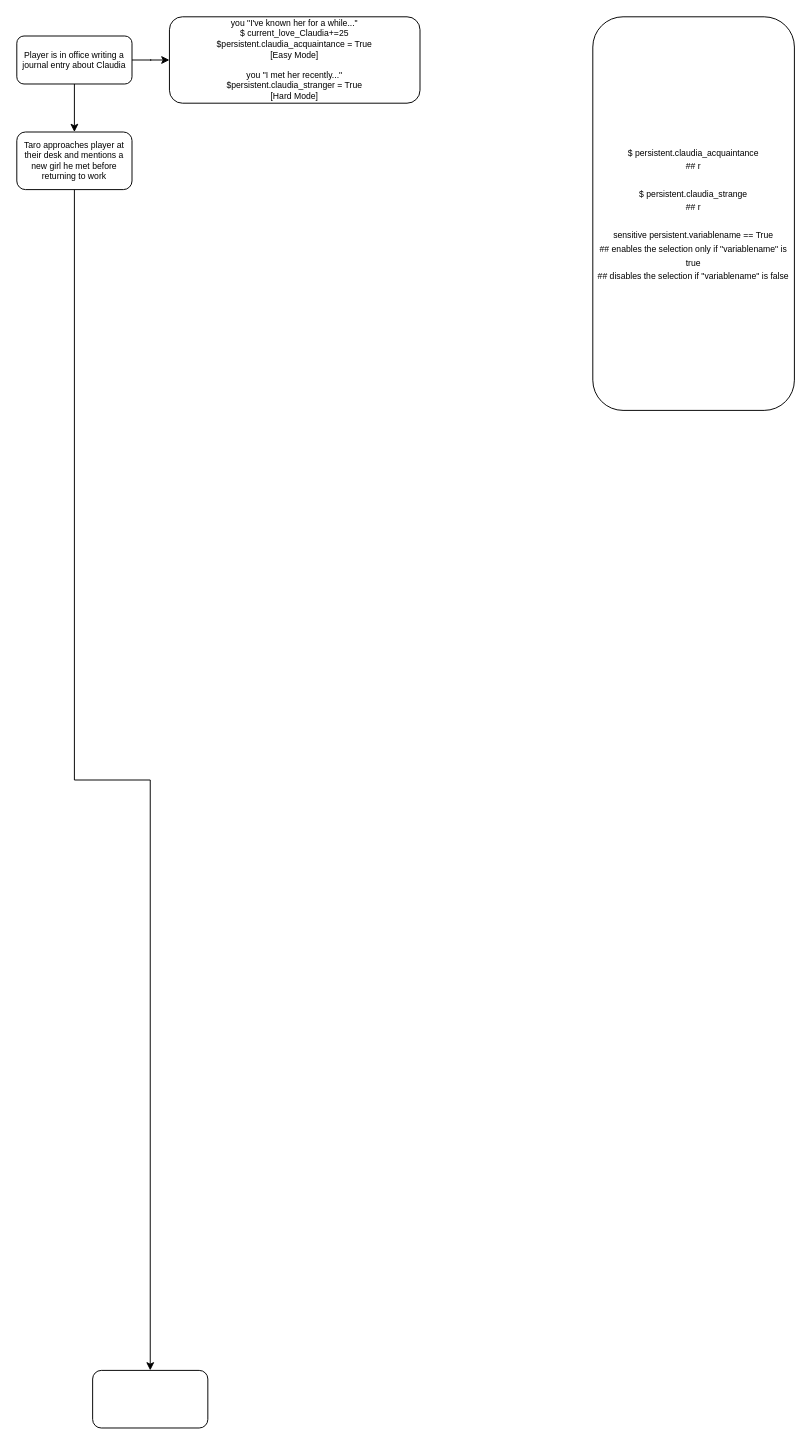
Above: - RenPy/flowchart_storyline.drawio in L0veRaven/L0veRavenRenPy (draw.io), before the change. Source tidied: cells renumbered, new cells numbered last; positions are measured from the earlier drawing's top-left corner, leaving out a move shared by most shapes. Both pictures are drawn from the tidied source at 96%, with x=0, y=0 at pixel (16, 16).
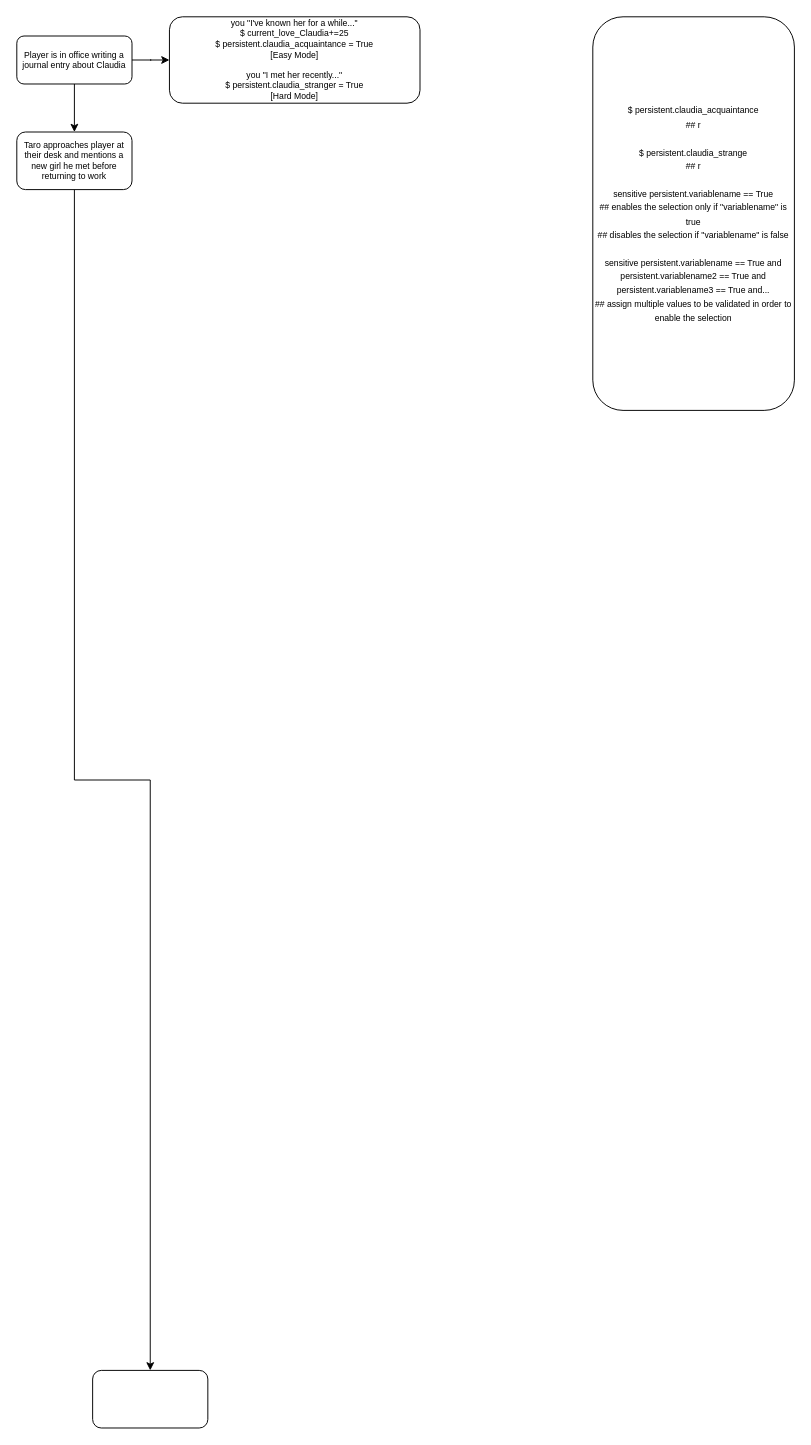
The same page after the edit.

The edit, as a diff of the source:
```diff
@@
 <mxGraphModel>
   <root>
     <mxCell id="0" />
     <mxCell id="1" parent="0" />
     <mxCell id="2" style="edgeStyle=orthogonalEdgeStyle;rounded=0;jettySize=auto;html=1;" parent="1" edge="1" source="3" target="8">
       <mxGeometry relative="1" as="geometry" />
     </mxCell>
     <mxCell id="3" value="&lt;div&gt;Player is in office writing a journal entry about Claudia&lt;/div&gt;" style="rounded=1;whiteSpace=wrap;html=1;fontSize=9;glass=0;strokeWidth=1;shadow=0;" parent="1" vertex="1">
       <mxGeometry y="20" width="120" height="50" as="geometry" />
     </mxCell>
     <mxCell id="4" style="edgeStyle=orthogonalEdgeStyle;rounded=0;jettySize=auto;html=1;" parent="1" edge="1" source="5" target="6">
       <mxGeometry relative="1" as="geometry" />
     </mxCell>
     <mxCell id="5" value="Taro approaches player at their desk and mentions a new girl he met before returning to work" style="whiteSpace=wrap;html=1;fontSize=9;rounded=1;glass=0;strokeWidth=1;shadow=0;" parent="1" vertex="1">
       <mxGeometry y="120" width="120" height="60" as="geometry" />
     </mxCell>
     <mxCell id="6" style="whiteSpace=wrap;html=1;fontSize=9;rounded=1;glass=0;strokeWidth=1;shadow=0;" parent="1" vertex="1">
       <mxGeometry x="79" y="1410" width="120" height="60" as="geometry" />
     </mxCell>
     <mxCell id="7" style="edgeStyle=orthogonalEdgeStyle;rounded=0;jettySize=auto;html=1;entryX=0.5;entryY=0;entryDx=0;entryDy=0;exitX=0.5;exitY=1;exitDx=0;exitDy=0;" parent="1" edge="1" source="3" target="5">
       <mxGeometry relative="1" as="geometry" />
     </mxCell>
-    <mxCell id="8" value="&lt;div&gt;you &quot;I've known her for a while...&quot;&lt;/div&gt;&lt;div&gt;$ current_love_Claudia+=25&lt;br&gt;$persistent.claudia_acquaintance = True&lt;br&gt;[Easy Mode]&lt;/div&gt;&lt;br&gt;&lt;div&gt;you &quot;I met her recently...&quot;&lt;br&gt;$persistent.claudia_stranger = True&lt;br&gt;[Hard Mode]&lt;/div&gt;" style="square;whiteSpace=wrap;html=1;fontSize=9;rounded=1;glass=0;strokeWidth=1;shadow=0;" parent="1" vertex="1">
+    <mxCell id="8" value="&lt;div&gt;you &quot;I've known her for a while...&quot;&lt;/div&gt;&lt;div&gt;$ current_love_Claudia+=25&lt;br&gt;$ persistent.claudia_acquaintance = True&lt;br&gt;[Easy Mode]&lt;/div&gt;&lt;br&gt;&lt;div&gt;you &quot;I met her recently...&quot;&lt;br&gt;$ persistent.claudia_stranger = True&lt;br&gt;[Hard Mode]&lt;/div&gt;" style="square;whiteSpace=wrap;html=1;fontSize=9;rounded=1;glass=0;strokeWidth=1;shadow=0;" parent="1" vertex="1">
       <mxGeometry x="159" width="261" height="90" as="geometry" />
     </mxCell>
-    <mxCell id="9" value="&lt;div&gt;&lt;font style=&quot;font-size: 9px;&quot;&gt;$ persistent.claudia_acquaintance&lt;/font&gt;&lt;/div&gt;&lt;div&gt;&lt;font style=&quot;font-size: 9px;&quot;&gt;## r&lt;/font&gt;&lt;/div&gt;&lt;div&gt;&lt;font style=&quot;font-size: 9px;&quot;&gt;&lt;br&gt;&lt;/font&gt;&lt;/div&gt;&lt;div&gt;&lt;font style=&quot;font-size: 9px;&quot;&gt;$ persistent.&lt;/font&gt;&lt;font style=&quot;font-size: 9px;&quot;&gt;claudia_strange&lt;/font&gt;&lt;/div&gt;&lt;div&gt;&lt;font style=&quot;font-size: 9px;&quot;&gt;## r&lt;br&gt;&lt;br&gt;sensitive persistent.variablename == True&lt;/font&gt;&lt;/div&gt;&lt;div&gt;&lt;font style=&quot;font-size: 9px;&quot;&gt;## enables the selection only if &quot;variablename&quot; is true&lt;br&gt;## disables the selection if &quot;variablename&quot; is false&lt;/font&gt;&lt;/div&gt;" style="rounded=1;whiteSpace=wrap;html=1;" parent="1" vertex="1">
+    <mxCell id="9" value="&lt;div&gt;&lt;font style=&quot;font-size: 9px;&quot;&gt;$ persistent.claudia_acquaintance&lt;/font&gt;&lt;/div&gt;&lt;div&gt;&lt;font style=&quot;font-size: 9px;&quot;&gt;## r&lt;/font&gt;&lt;/div&gt;&lt;div&gt;&lt;font style=&quot;font-size: 9px;&quot;&gt;&lt;br&gt;&lt;/font&gt;&lt;/div&gt;&lt;div&gt;&lt;font style=&quot;font-size: 9px;&quot;&gt;$ persistent.&lt;/font&gt;&lt;font style=&quot;font-size: 9px;&quot;&gt;claudia_strange&lt;/font&gt;&lt;/div&gt;&lt;div&gt;&lt;font style=&quot;font-size: 9px;&quot;&gt;## r&lt;br&gt;&lt;br&gt;sensitive persistent.variablename == True&lt;/font&gt;&lt;/div&gt;&lt;div&gt;&lt;font style=&quot;font-size: 9px;&quot;&gt;## enables the selection only if &quot;variablename&quot; is true&lt;br&gt;## disables the selection if &quot;variablename&quot; is false&lt;br&gt;&lt;br&gt;sensitive persistent.variablename == True and persistent.variablename2 == True and persistent.variablename3 == True and...&lt;br&gt;## assign multiple values to be validated in order to enable the selection&lt;/font&gt;&lt;/div&gt;" style="rounded=1;whiteSpace=wrap;html=1;" parent="1" vertex="1">
       <mxGeometry x="600" width="210" height="410" as="geometry" />
     </mxCell>
   </root>
 </mxGraphModel>
```
